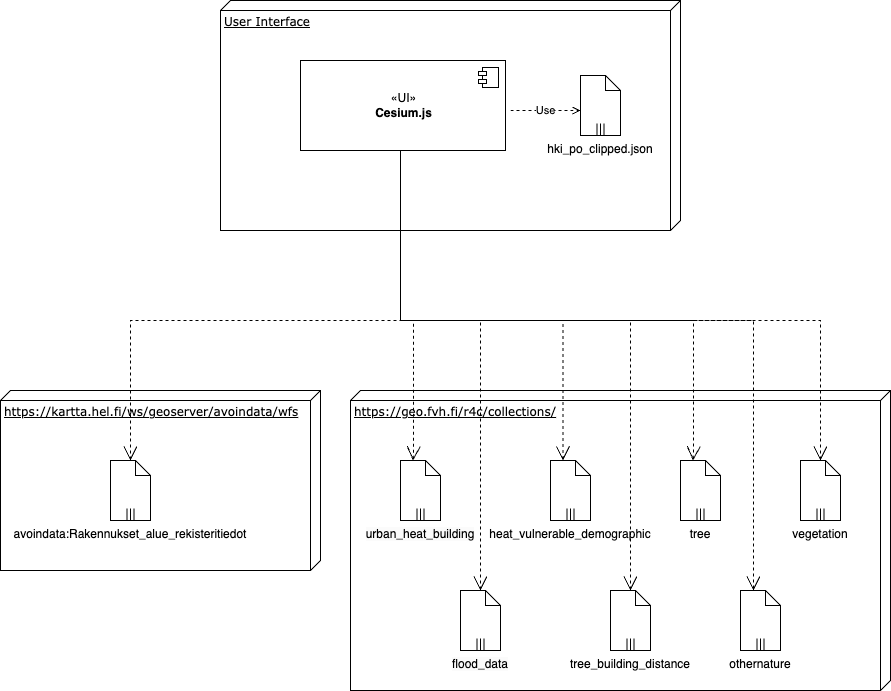
Before: docs/uhd_datasources.png, a diagram exported from draw.io (ForumViriumHelsinki/R4C-Cesium-Viewer). Source tidied: cells renumbered, new cells last; positions are measured from the earlier drawing's top-left corner, leaving out a move shared by most shapes. Source of this version:
```xml
<mxGraphModel>
  <root>
    <mxCell id="0" />
    <mxCell id="1" parent="0" />
    <mxCell id="2" value="User Interface" style="verticalAlign=top;align=left;spacingTop=8;spacingLeft=2;spacingRight=12;shape=cube;size=10;direction=south;fontStyle=4;html=1;rounded=0;shadow=0;comic=0;labelBackgroundColor=none;strokeWidth=1;fontFamily=Verdana;fontSize=12;" parent="1" vertex="1">
      <mxGeometry x="220" width="460" height="230" as="geometry" />
    </mxCell>
    <mxCell id="3" value="https://geo.fvh.fi/r4c/collections/" style="verticalAlign=top;align=left;spacingTop=8;spacingLeft=2;spacingRight=12;shape=cube;size=10;direction=south;fontStyle=4;html=1;rounded=0;shadow=0;comic=0;labelBackgroundColor=none;strokeWidth=1;fontFamily=Verdana;fontSize=12;" parent="1" vertex="1">
      <mxGeometry x="350" y="390" width="540" height="300" as="geometry" />
    </mxCell>
    <mxCell id="4" value="https://kartta.hel.fi/ws/geoserver/avoindata/wfs" style="verticalAlign=top;align=left;spacingTop=8;spacingLeft=2;spacingRight=12;shape=cube;size=10;direction=south;fontStyle=4;html=1;rounded=0;shadow=0;comic=0;labelBackgroundColor=none;strokeWidth=1;fontFamily=Verdana;fontSize=12;" parent="1" vertex="1">
      <mxGeometry y="390" width="320" height="180" as="geometry" />
    </mxCell>
    <mxCell id="5" value="«UI»&lt;br&gt;&lt;b&gt;Cesium.js&lt;/b&gt;" style="html=1;" parent="1" vertex="1">
      <mxGeometry x="300" y="60" width="205" height="90" as="geometry" />
    </mxCell>
    <mxCell id="6" style="shape=module;jettyWidth=8;jettyHeight=4;" parent="5" vertex="1">
      <mxGeometry x="1" width="20" height="20" relative="1" as="geometry">
        <mxPoint x="-27" y="7" as="offset" />
      </mxGeometry>
    </mxCell>
    <mxCell id="7" value="avoindata:Rakennukset_alue_rekisteritiedot" style="shape=mxgraph.bpmn.data;labelPosition=center;verticalLabelPosition=bottom;align=center;verticalAlign=top;whiteSpace=wrap;size=15;html=1;bpmnTransferType=none;isCollection=1;" parent="1" vertex="1">
      <mxGeometry x="110" y="460" width="40" height="60" as="geometry" />
    </mxCell>
    <mxCell id="8" value="&lt;meta charset=&quot;utf-8&quot;&gt;&lt;span style=&quot;color: rgb(0, 0, 0); font-family: Helvetica; font-size: 12px; font-style: normal; font-variant-ligatures: normal; font-variant-caps: normal; font-weight: 400; letter-spacing: normal; orphans: 2; text-align: center; text-indent: 0px; text-transform: none; widows: 2; word-spacing: 0px; -webkit-text-stroke-width: 0px; background-color: rgb(251, 251, 251); text-decoration-thickness: initial; text-decoration-style: initial; text-decoration-color: initial; float: none; display: inline !important;&quot;&gt;urban_heat_building&lt;/span&gt;" style="shape=mxgraph.bpmn.data;labelPosition=center;verticalLabelPosition=bottom;align=center;verticalAlign=top;whiteSpace=wrap;size=15;html=1;bpmnTransferType=none;isCollection=1;" parent="1" vertex="1">
      <mxGeometry x="400" y="460" width="40" height="60" as="geometry" />
    </mxCell>
    <mxCell id="9" style="endArrow=open;endSize=12;dashed=1;html=1;rounded=0;exitX=0.75;exitY=1;exitDx=0;exitDy=0;entryX=0;entryY=0;entryDx=12.5;entryDy=0;entryPerimeter=0;strokeColor=default;elbow=vertical;edgeStyle=orthogonalEdgeStyle;" parent="1" edge="1" source="5" target="8">
      <mxGeometry relative="1" as="geometry">
        <Array as="points">
          <mxPoint x="400" y="150" />
          <mxPoint x="400" y="320" />
          <mxPoint x="413" y="320" />
          <mxPoint x="413" y="450" />
        </Array>
      </mxGeometry>
    </mxCell>
    <mxCell id="10" style="endArrow=open;endSize=12;dashed=1;html=1;rounded=0;strokeColor=default;elbow=vertical;edgeStyle=orthogonalEdgeStyle;entryX=0.5;entryY=0;entryDx=0;entryDy=0;entryPerimeter=0;" parent="1" edge="1" target="7">
      <mxGeometry relative="1" as="geometry">
        <mxPoint x="400" y="150" as="sourcePoint" />
        <Array as="points">
          <mxPoint x="400" y="320" />
          <mxPoint x="130" y="320" />
        </Array>
      </mxGeometry>
    </mxCell>
    <mxCell id="11" value="hki_po_clipped.json" style="shape=mxgraph.bpmn.data;labelPosition=center;verticalLabelPosition=bottom;align=center;verticalAlign=top;whiteSpace=wrap;size=15;html=1;bpmnTransferType=none;isCollection=1;" parent="1" vertex="1">
      <mxGeometry x="580" y="75" width="40" height="60" as="geometry" />
    </mxCell>
    <mxCell id="12" value="Use" style="endArrow=open;dashed=1;html=1;rounded=0;strokeColor=default;elbow=vertical;" parent="1" edge="1">
      <mxGeometry relative="1" as="geometry">
        <mxPoint x="510" y="110" as="sourcePoint" />
        <mxPoint x="580" y="110" as="targetPoint" />
      </mxGeometry>
    </mxCell>
    <mxCell id="13" value="&lt;span style=&quot;color: rgb(0, 0, 0); font-family: Helvetica; font-size: 12px; font-style: normal; font-variant-ligatures: normal; font-variant-caps: normal; font-weight: 400; letter-spacing: normal; orphans: 2; text-align: center; text-indent: 0px; text-transform: none; widows: 2; word-spacing: 0px; -webkit-text-stroke-width: 0px; background-color: rgb(251, 251, 251); text-decoration-thickness: initial; text-decoration-style: initial; text-decoration-color: initial; float: none; display: inline !important;&quot;&gt;flood_data&lt;br&gt;&lt;/span&gt;" style="shape=mxgraph.bpmn.data;labelPosition=center;verticalLabelPosition=bottom;align=center;verticalAlign=top;whiteSpace=wrap;size=15;html=1;bpmnTransferType=none;isCollection=1;" parent="1" vertex="1">
      <mxGeometry x="460" y="590" width="40" height="60" as="geometry" />
    </mxCell>
    <mxCell id="14" style="endArrow=open;endSize=12;dashed=1;html=1;rounded=0;entryX=0;entryY=0;entryDx=12.5;entryDy=0;entryPerimeter=0;strokeColor=default;elbow=vertical;edgeStyle=orthogonalEdgeStyle;" parent="1" edge="1" target="15">
      <mxGeometry relative="1" as="geometry">
        <mxPoint x="340" y="150" as="sourcePoint" />
        <Array as="points">
          <mxPoint x="400" y="150" />
          <mxPoint x="400" y="320" />
          <mxPoint x="562" y="320" />
        </Array>
      </mxGeometry>
    </mxCell>
    <mxCell id="15" value="heat_vulnerable_demographic" style="shape=mxgraph.bpmn.data;labelPosition=center;verticalLabelPosition=bottom;align=center;verticalAlign=top;whiteSpace=wrap;size=15;html=1;bpmnTransferType=none;isCollection=1;" parent="1" vertex="1">
      <mxGeometry x="550" y="460" width="40" height="60" as="geometry" />
    </mxCell>
    <mxCell id="16" style="endArrow=open;endSize=12;dashed=1;html=1;rounded=0;strokeColor=default;elbow=vertical;edgeStyle=orthogonalEdgeStyle;entryX=0;entryY=0;entryDx=12.5;entryDy=0;entryPerimeter=0;" parent="1" edge="1" target="17">
      <mxGeometry relative="1" as="geometry">
        <mxPoint x="450" y="150" as="sourcePoint" />
        <Array as="points">
          <mxPoint x="400" y="150" />
          <mxPoint x="400" y="320" />
          <mxPoint x="693" y="320" />
          <mxPoint x="693" y="450" />
        </Array>
      </mxGeometry>
    </mxCell>
    <mxCell id="17" value="tree" style="shape=mxgraph.bpmn.data;labelPosition=center;verticalLabelPosition=bottom;align=center;verticalAlign=top;whiteSpace=wrap;size=15;html=1;bpmnTransferType=none;isCollection=1;" parent="1" vertex="1">
      <mxGeometry x="680" y="460" width="40" height="60" as="geometry" />
    </mxCell>
    <mxCell id="18" value="othernature" style="shape=mxgraph.bpmn.data;labelPosition=center;verticalLabelPosition=bottom;align=center;verticalAlign=top;whiteSpace=wrap;size=15;html=1;bpmnTransferType=none;isCollection=1;" parent="1" vertex="1">
      <mxGeometry x="740" y="590" width="40" height="60" as="geometry" />
    </mxCell>
    <mxCell id="19" style="endArrow=open;endSize=12;dashed=1;html=1;rounded=0;strokeColor=default;elbow=vertical;edgeStyle=orthogonalEdgeStyle;" parent="1" edge="1">
      <mxGeometry relative="1" as="geometry">
        <mxPoint x="400" y="150" as="sourcePoint" />
        <mxPoint x="820" y="460" as="targetPoint" />
        <Array as="points">
          <mxPoint x="400" y="320" />
          <mxPoint x="820" y="320" />
        </Array>
      </mxGeometry>
    </mxCell>
    <mxCell id="20" style="endArrow=open;endSize=12;dashed=1;html=1;rounded=0;strokeColor=default;elbow=vertical;edgeStyle=orthogonalEdgeStyle;" parent="1" edge="1">
      <mxGeometry relative="1" as="geometry">
        <mxPoint x="400" y="150" as="sourcePoint" />
        <mxPoint x="480" y="590" as="targetPoint" />
        <Array as="points">
          <mxPoint x="400" y="320" />
          <mxPoint x="480" y="320" />
        </Array>
      </mxGeometry>
    </mxCell>
    <mxCell id="21" value="vegetation" style="shape=mxgraph.bpmn.data;labelPosition=center;verticalLabelPosition=bottom;align=center;verticalAlign=top;whiteSpace=wrap;size=15;html=1;bpmnTransferType=none;isCollection=1;" parent="1" vertex="1">
      <mxGeometry x="800" y="460" width="40" height="60" as="geometry" />
    </mxCell>
    <mxCell id="22" value="tree_building_distance" style="shape=mxgraph.bpmn.data;labelPosition=center;verticalLabelPosition=bottom;align=center;verticalAlign=top;whiteSpace=wrap;size=15;html=1;bpmnTransferType=none;isCollection=1;" parent="1" vertex="1">
      <mxGeometry x="610" y="590" width="40" height="60" as="geometry" />
    </mxCell>
    <mxCell id="23" style="endArrow=open;endSize=12;dashed=1;html=1;rounded=0;strokeColor=default;elbow=vertical;edgeStyle=orthogonalEdgeStyle;" parent="1" edge="1">
      <mxGeometry relative="1" as="geometry">
        <mxPoint x="400" y="150" as="sourcePoint" />
        <mxPoint x="630" y="590" as="targetPoint" />
        <Array as="points">
          <mxPoint x="400" y="150" />
          <mxPoint x="400" y="320" />
          <mxPoint x="630" y="320" />
        </Array>
      </mxGeometry>
    </mxCell>
    <mxCell id="24" style="endArrow=open;endSize=12;dashed=1;html=1;rounded=0;strokeColor=default;elbow=vertical;edgeStyle=orthogonalEdgeStyle;" parent="1" edge="1">
      <mxGeometry relative="1" as="geometry">
        <mxPoint x="440" y="150" as="sourcePoint" />
        <mxPoint x="753" y="590" as="targetPoint" />
        <Array as="points">
          <mxPoint x="400" y="150" />
          <mxPoint x="400" y="320" />
          <mxPoint x="753" y="320" />
        </Array>
      </mxGeometry>
    </mxCell>
  </root>
</mxGraphModel>
```
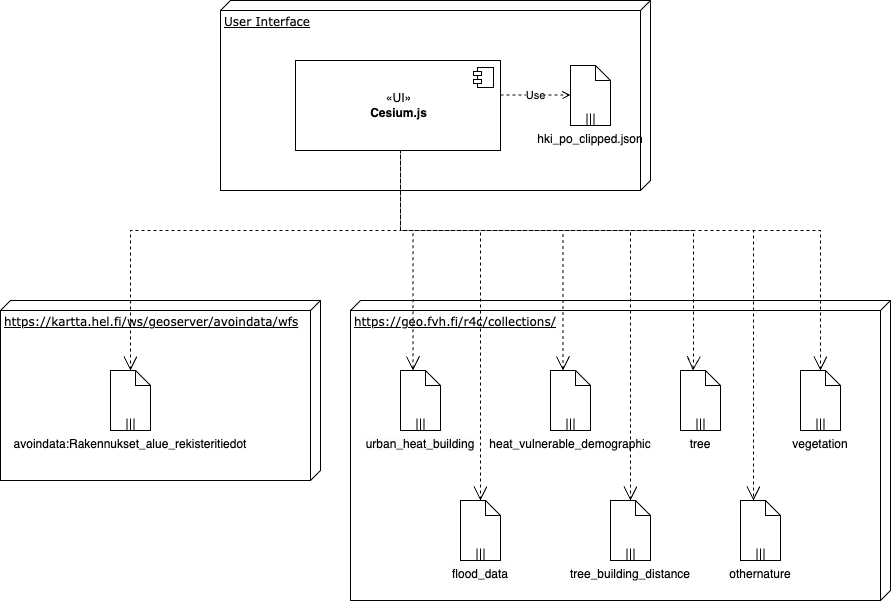
The same file after the commit.

Commit message:
updated datasource diagram

What changed in the source:
```diff
@@ -3,7 +3,7 @@
     <mxCell id="0" />
     <mxCell id="1" parent="0" />
     <mxCell id="2" value="User Interface" style="verticalAlign=top;align=left;spacingTop=8;spacingLeft=2;spacingRight=12;shape=cube;size=10;direction=south;fontStyle=4;html=1;rounded=0;shadow=0;comic=0;labelBackgroundColor=none;strokeWidth=1;fontFamily=Verdana;fontSize=12;" parent="1" vertex="1">
-      <mxGeometry x="220" width="460" height="230" as="geometry" />
+      <mxGeometry x="220" y="90" width="430" height="190" as="geometry" />
     </mxCell>
     <mxCell id="3" value="https://geo.fvh.fi/r4c/collections/" style="verticalAlign=top;align=left;spacingTop=8;spacingLeft=2;spacingRight=12;shape=cube;size=10;direction=south;fontStyle=4;html=1;rounded=0;shadow=0;comic=0;labelBackgroundColor=none;strokeWidth=1;fontFamily=Verdana;fontSize=12;" parent="1" vertex="1">
       <mxGeometry x="350" y="390" width="540" height="300" as="geometry" />
@@ -11,14 +11,6 @@
     <mxCell id="4" value="https://kartta.hel.fi/ws/geoserver/avoindata/wfs" style="verticalAlign=top;align=left;spacingTop=8;spacingLeft=2;spacingRight=12;shape=cube;size=10;direction=south;fontStyle=4;html=1;rounded=0;shadow=0;comic=0;labelBackgroundColor=none;strokeWidth=1;fontFamily=Verdana;fontSize=12;" parent="1" vertex="1">
       <mxGeometry y="390" width="320" height="180" as="geometry" />
     </mxCell>
-    <mxCell id="5" value="«UI»&lt;br&gt;&lt;b&gt;Cesium.js&lt;/b&gt;" style="html=1;" parent="1" vertex="1">
-      <mxGeometry x="300" y="60" width="205" height="90" as="geometry" />
-    </mxCell>
-    <mxCell id="6" style="shape=module;jettyWidth=8;jettyHeight=4;" parent="5" vertex="1">
-      <mxGeometry x="1" width="20" height="20" relative="1" as="geometry">
-        <mxPoint x="-27" y="7" as="offset" />
-      </mxGeometry>
-    </mxCell>
     <mxCell id="7" value="avoindata:Rakennukset_alue_rekisteritiedot" style="shape=mxgraph.bpmn.data;labelPosition=center;verticalLabelPosition=bottom;align=center;verticalAlign=top;whiteSpace=wrap;size=15;html=1;bpmnTransferType=none;isCollection=1;" parent="1" vertex="1">
       <mxGeometry x="110" y="460" width="40" height="60" as="geometry" />
     </mxCell>
@@ -45,12 +37,12 @@
       </mxGeometry>
     </mxCell>
     <mxCell id="11" value="hki_po_clipped.json" style="shape=mxgraph.bpmn.data;labelPosition=center;verticalLabelPosition=bottom;align=center;verticalAlign=top;whiteSpace=wrap;size=15;html=1;bpmnTransferType=none;isCollection=1;" parent="1" vertex="1">
-      <mxGeometry x="580" y="75" width="40" height="60" as="geometry" />
+      <mxGeometry x="570" y="155" width="40" height="60" as="geometry" />
     </mxCell>
     <mxCell id="12" value="Use" style="endArrow=open;dashed=1;html=1;rounded=0;strokeColor=default;elbow=vertical;" parent="1" edge="1">
       <mxGeometry relative="1" as="geometry">
-        <mxPoint x="510" y="110" as="sourcePoint" />
-        <mxPoint x="580" y="110" as="targetPoint" />
+        <mxPoint x="500" y="184.5" as="sourcePoint" />
+        <mxPoint x="570" y="184.5" as="targetPoint" />
       </mxGeometry>
     </mxCell>
     <mxCell id="13" value="&lt;span style=&quot;color: rgb(0, 0, 0); font-family: Helvetica; font-size: 12px; font-style: normal; font-variant-ligatures: normal; font-variant-caps: normal; font-weight: 400; letter-spacing: normal; orphans: 2; text-align: center; text-indent: 0px; text-transform: none; widows: 2; word-spacing: 0px; -webkit-text-stroke-width: 0px; background-color: rgb(251, 251, 251); text-decoration-thickness: initial; text-decoration-style: initial; text-decoration-color: initial; float: none; display: inline !important;&quot;&gt;flood_data&lt;br&gt;&lt;/span&gt;" style="shape=mxgraph.bpmn.data;labelPosition=center;verticalLabelPosition=bottom;align=center;verticalAlign=top;whiteSpace=wrap;size=15;html=1;bpmnTransferType=none;isCollection=1;" parent="1" vertex="1">
@@ -123,9 +115,8 @@
         </Array>
       </mxGeometry>
     </mxCell>
-    <mxCell id="24" style="endArrow=open;endSize=12;dashed=1;html=1;rounded=0;strokeColor=default;elbow=vertical;edgeStyle=orthogonalEdgeStyle;" parent="1" edge="1">
+    <mxCell id="24" style="endArrow=open;endSize=12;dashed=1;html=1;rounded=0;strokeColor=default;elbow=vertical;edgeStyle=orthogonalEdgeStyle;startArrow=none;" parent="1" edge="1" source="5">
       <mxGeometry relative="1" as="geometry">
-        <mxPoint x="440" y="150" as="sourcePoint" />
         <mxPoint x="753" y="590" as="targetPoint" />
         <Array as="points">
           <mxPoint x="400" y="150" />
@@ -134,5 +125,13 @@
         </Array>
       </mxGeometry>
     </mxCell>
+    <mxCell id="5" value="«UI»&lt;br&gt;&lt;b&gt;Cesium.js&lt;/b&gt;" style="html=1;" parent="1" vertex="1">
+      <mxGeometry x="295" y="150" width="205" height="90" as="geometry" />
+    </mxCell>
+    <mxCell id="6" style="shape=module;jettyWidth=8;jettyHeight=4;" parent="5" vertex="1">
+      <mxGeometry x="1" width="20" height="20" relative="1" as="geometry">
+        <mxPoint x="-27" y="7" as="offset" />
+      </mxGeometry>
+    </mxCell>
   </root>
 </mxGraphModel>
```
